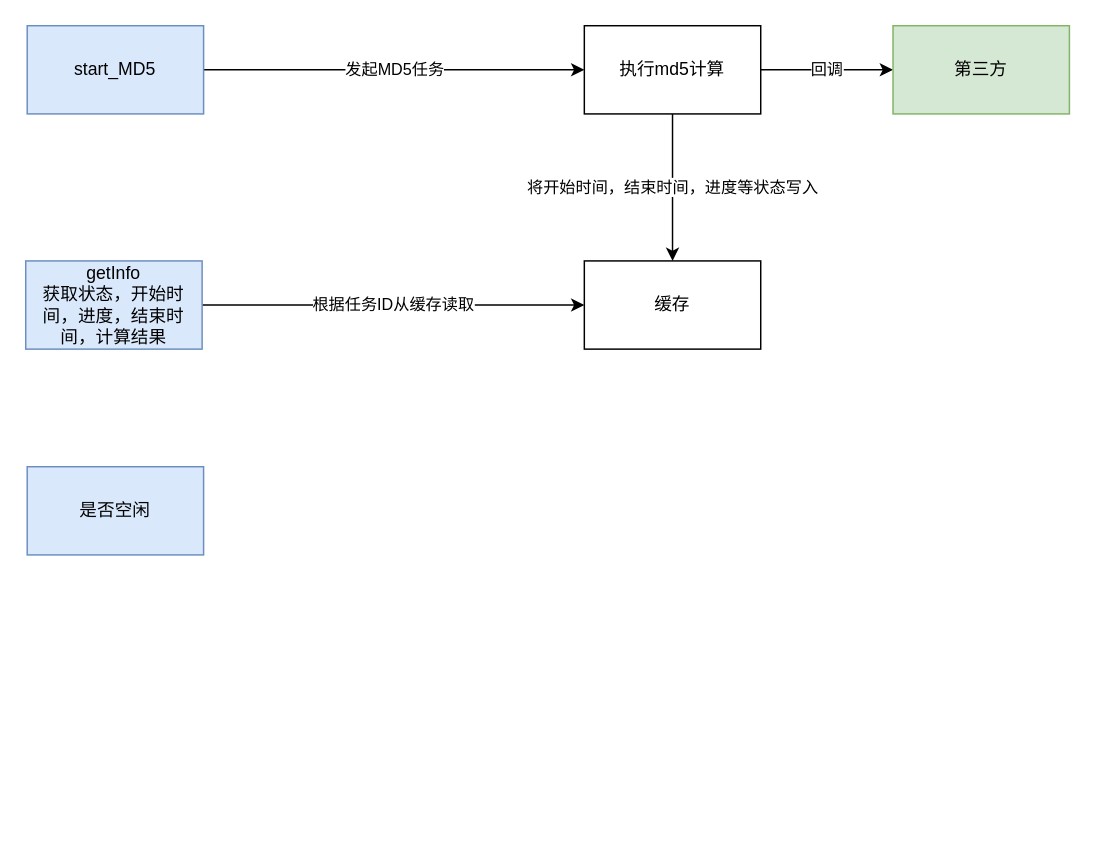
The draw.io diagram page "MD5执行端" (1 of 3) of md5.drawio in yzykami/MD5_draw, before the edit. Source tidied: cells renumbered, new cells numbered last; positions are measured from the earlier drawing's top-left corner, leaving out a move shared by most shapes. Both pictures are drawn from the tidied source at 147%, with x=0, y=0 at pixel (25, 25).
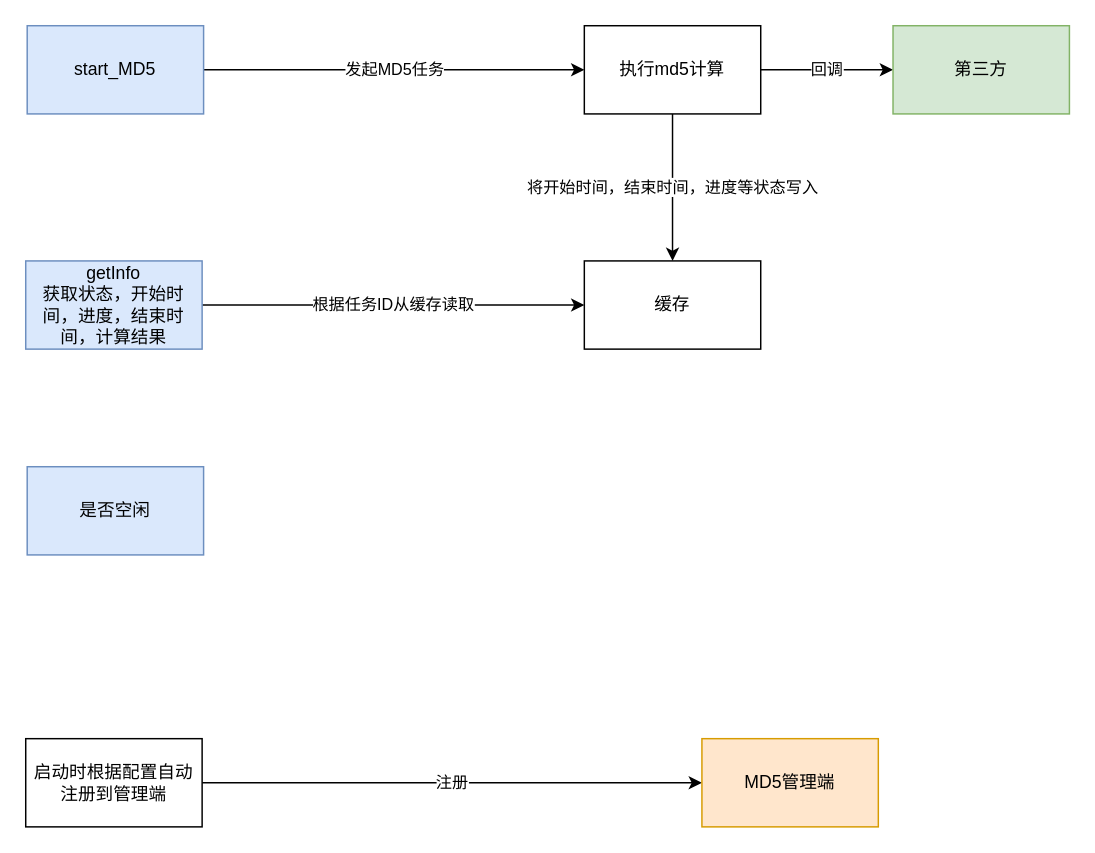
After the change.

Diff of the diagram source:
```diff
@@
 <mxGraphModel>
   <root>
     <mxCell id="0" />
     <mxCell id="1" parent="0" />
     <mxCell id="2" value="发起MD5任务" style="edgeStyle=orthogonalEdgeStyle;rounded=0;jettySize=auto;html=1;entryX=0;entryY=0.5;entryDx=0;entryDy=0;" parent="1" edge="1" source="3" target="8">
       <mxGeometry relative="1" as="geometry" />
     </mxCell>
     <mxCell id="3" value="start_MD5" style="rounded=0;whiteSpace=wrap;html=1;fillColor=#dae8fc;strokeColor=#6c8ebf;" parent="1" vertex="1">
       <mxGeometry x="1" width="120" height="60" as="geometry" />
     </mxCell>
     <mxCell id="4" value="根据任务ID从缓存读取" style="edgeStyle=orthogonalEdgeStyle;rounded=0;jettySize=auto;html=1;" parent="1" edge="1" source="5" target="9">
       <mxGeometry relative="1" as="geometry" />
     </mxCell>
     <mxCell id="5" value="getInfo&lt;br&gt;获取状态，开始时间，进度，结束时间，计算结果" style="rounded=0;whiteSpace=wrap;html=1;fillColor=#dae8fc;strokeColor=#6c8ebf;" parent="1" vertex="1">
       <mxGeometry y="160" width="120" height="60" as="geometry" />
     </mxCell>
     <mxCell id="6" value="将开始时间，结束时间，进度等状态写入" style="edgeStyle=orthogonalEdgeStyle;rounded=0;jettySize=auto;html=1;entryX=0.5;entryY=0;entryDx=0;entryDy=0;" parent="1" edge="1" source="8" target="9">
       <mxGeometry relative="1" as="geometry" />
     </mxCell>
     <mxCell id="7" value="回调" style="edgeStyle=orthogonalEdgeStyle;rounded=0;jettySize=auto;html=1;" parent="1" edge="1" source="8" target="10">
       <mxGeometry relative="1" as="geometry" />
     </mxCell>
     <mxCell id="8" value="执行md5计算" style="rounded=0;whiteSpace=wrap;html=1;" parent="1" vertex="1">
       <mxGeometry x="380" width="120" height="60" as="geometry" />
     </mxCell>
     <mxCell id="9" value="缓存" style="rounded=0;whiteSpace=wrap;html=1;" parent="1" vertex="1">
       <mxGeometry x="380" y="160" width="120" height="60" as="geometry" />
     </mxCell>
     <mxCell id="10" value="第三方" style="rounded=0;whiteSpace=wrap;html=1;fillColor=#d5e8d4;strokeColor=#82b366;" parent="1" vertex="1">
       <mxGeometry x="590" width="120" height="60" as="geometry" />
     </mxCell>
     <mxCell id="11" value="是否空闲" style="rounded=0;whiteSpace=wrap;html=1;fillColor=#dae8fc;strokeColor=#6c8ebf;" parent="1" vertex="1">
       <mxGeometry x="1" y="300" width="120" height="60" as="geometry" />
     </mxCell>
+    <mxCell id="12" value="注册" style="edgeStyle=orthogonalEdgeStyle;rounded=0;jettySize=auto;html=1;exitX=1;exitY=0.5;exitDx=0;exitDy=0;entryX=0;entryY=0.5;entryDx=0;entryDy=0;" parent="1" edge="1" source="13" target="14">
+      <mxGeometry relative="1" as="geometry" />
+    </mxCell>
+    <mxCell id="13" value="启动时根据配置自动注册到管理端" style="rounded=0;whiteSpace=wrap;html=1;" parent="1" vertex="1">
+      <mxGeometry y="485" width="120" height="60" as="geometry" />
+    </mxCell>
+    <mxCell id="14" value="MD5管理端" style="rounded=0;whiteSpace=wrap;html=1;fillColor=#ffe6cc;strokeColor=#d79b00;" parent="1" vertex="1">
+      <mxGeometry x="460" y="485" width="120" height="60" as="geometry" />
+    </mxCell>
   </root>
 </mxGraphModel>
```
